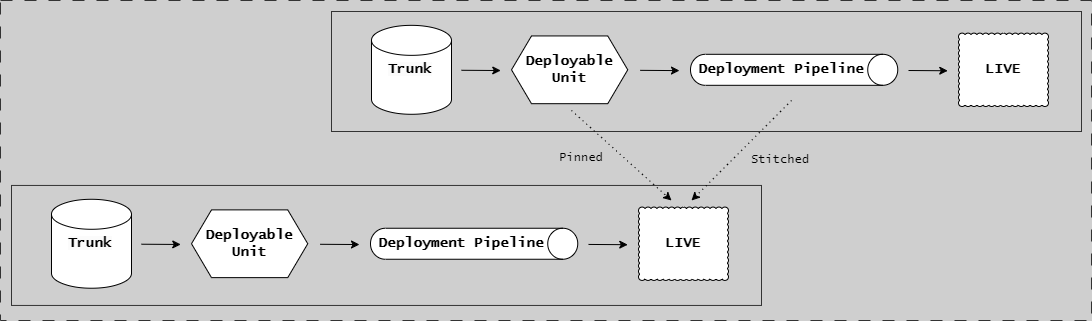
ready-to-release/eac keeps this draw.io diagram as docs/assets/branching/pin-and-stitch.drawio.png. Above is the earlier version. Source tidied: cells renumbered, new cells last; positions are measured from the earlier drawing's top-left corner, leaving out a move shared by most shapes. Source of this version:
```xml
<mxGraphModel background="#CFCFCF">
  <root>
    <mxCell id="0" />
    <mxCell id="1" parent="0" />
    <mxCell id="2" value="Deployable&lt;br style=&quot;font-size: 14px;&quot;&gt;Unit" style="shape=hexagon;perimeter=hexagonPerimeter2;whiteSpace=wrap;html=1;fixedSize=1;fontFamily=Lucida Console;fontStyle=1;fontSize=14;" parent="1" vertex="1">
      <mxGeometry x="511" y="69.4" width="116.2" height="67.8" as="geometry" />
    </mxCell>
    <mxCell id="3" style="shape=cylinder3;whiteSpace=wrap;html=1;boundedLbl=1;backgroundOutline=1;size=15;fontFamily=Lucida Console;fontStyle=1;fontSize=14;" parent="1" vertex="1">
      <mxGeometry x="371" y="58.8" width="80" height="88.9" as="geometry" />
    </mxCell>
    <mxCell id="4" value="LIVE" style="whiteSpace=wrap;html=1;shape=mxgraph.basic.cloud_rect;fontFamily=Lucida Console;fontStyle=1;fontSize=14;" parent="1" vertex="1">
      <mxGeometry x="958" y="66.6" width="90" height="73.4" as="geometry" />
    </mxCell>
    <mxCell id="5" style="endArrow=classic;html=1;rounded=0;fontFamily=Lucida Console;fontStyle=1;fontSize=14;" parent="1" edge="1">
      <mxGeometry relative="1" as="geometry">
        <mxPoint x="908" y="104" as="sourcePoint" />
        <mxPoint x="947.2" y="104.2" as="targetPoint" />
      </mxGeometry>
    </mxCell>
    <mxCell id="6" style="group;strokeColor=#333333;fontFamily=Lucida Console;fontStyle=1;" parent="1" vertex="1">
      <mxGeometry x="331" y="45" width="750" height="120" as="geometry" />
    </mxCell>
    <mxCell id="7" style="endArrow=classic;html=1;rounded=0;fontFamily=Lucida Console;fontStyle=1;fontSize=14;" parent="1" edge="1">
      <mxGeometry relative="1" as="geometry">
        <mxPoint x="639.8" y="103.9" as="sourcePoint" />
        <mxPoint x="679" y="104.1" as="targetPoint" />
      </mxGeometry>
    </mxCell>
    <mxCell id="8" style="endArrow=classic;html=1;rounded=0;fontFamily=Lucida Console;fontStyle=1;fontSize=14;" parent="1" edge="1">
      <mxGeometry relative="1" as="geometry">
        <mxPoint x="461" y="103.8" as="sourcePoint" />
        <mxPoint x="500.2" y="104" as="targetPoint" />
      </mxGeometry>
    </mxCell>
    <mxCell id="9" value="&lt;span style=&quot;color: rgb(0, 0, 0); font-size: 14px; font-style: normal; font-variant-ligatures: normal; font-variant-caps: normal; font-weight: 700; letter-spacing: normal; orphans: 2; text-align: center; text-indent: 0px; text-transform: none; widows: 2; word-spacing: 0px; -webkit-text-stroke-width: 0px; background-color: rgb(251, 251, 251); text-decoration-thickness: initial; text-decoration-style: initial; text-decoration-color: initial; float: none; display: inline !important;&quot;&gt;Trunk&lt;/span&gt;" style="text;whiteSpace=wrap;html=1;fontFamily=Lucida Console;" parent="1" vertex="1">
      <mxGeometry x="386" y="88.3" width="60" height="30" as="geometry" />
    </mxCell>
    <mxCell id="10" value="Deployable&lt;br style=&quot;font-size: 14px;&quot;&gt;Unit" style="shape=hexagon;perimeter=hexagonPerimeter2;whiteSpace=wrap;html=1;fixedSize=1;fontFamily=Lucida Console;fontStyle=1;fontSize=14;" parent="1" vertex="1">
      <mxGeometry x="191" y="243.4" width="116.2" height="67.8" as="geometry" />
    </mxCell>
    <mxCell id="11" style="shape=cylinder3;whiteSpace=wrap;html=1;boundedLbl=1;backgroundOutline=1;size=15;fontFamily=Lucida Console;fontStyle=1;fontSize=14;" parent="1" vertex="1">
      <mxGeometry x="51" y="232.8" width="80" height="88.9" as="geometry" />
    </mxCell>
    <mxCell id="12" value="LIVE" style="whiteSpace=wrap;html=1;shape=mxgraph.basic.cloud_rect;fontFamily=Lucida Console;fontStyle=1;fontSize=14;" parent="1" vertex="1">
      <mxGeometry x="638" y="240.6" width="90" height="73.4" as="geometry" />
    </mxCell>
    <mxCell id="13" style="endArrow=classic;html=1;rounded=0;fontFamily=Lucida Console;fontStyle=1;fontSize=14;" parent="1" edge="1">
      <mxGeometry relative="1" as="geometry">
        <mxPoint x="588" y="277.9" as="sourcePoint" />
        <mxPoint x="627.2" y="278.2" as="targetPoint" />
      </mxGeometry>
    </mxCell>
    <mxCell id="14" style="group;strokeColor=#333333;fontFamily=Lucida Console;fontStyle=1;" parent="1" vertex="1">
      <mxGeometry x="11" y="218.9" width="750" height="120" as="geometry" />
    </mxCell>
    <mxCell id="15" style="endArrow=classic;html=1;rounded=0;fontFamily=Lucida Console;fontStyle=1;fontSize=14;" parent="1" edge="1">
      <mxGeometry relative="1" as="geometry">
        <mxPoint x="319.8" y="277.8" as="sourcePoint" />
        <mxPoint x="359" y="278" as="targetPoint" />
      </mxGeometry>
    </mxCell>
    <mxCell id="16" style="endArrow=classic;html=1;rounded=0;fontFamily=Lucida Console;fontStyle=1;fontSize=14;" parent="1" edge="1">
      <mxGeometry relative="1" as="geometry">
        <mxPoint x="141" y="277.7" as="sourcePoint" />
        <mxPoint x="180.2" y="278" as="targetPoint" />
      </mxGeometry>
    </mxCell>
    <mxCell id="17" value="&lt;span style=&quot;color: rgb(0, 0, 0); font-size: 14px; font-style: normal; font-variant-ligatures: normal; font-variant-caps: normal; font-weight: 700; letter-spacing: normal; orphans: 2; text-align: center; text-indent: 0px; text-transform: none; widows: 2; word-spacing: 0px; -webkit-text-stroke-width: 0px; background-color: rgb(251, 251, 251); text-decoration-thickness: initial; text-decoration-style: initial; text-decoration-color: initial; float: none; display: inline !important;&quot;&gt;Trunk&lt;/span&gt;" style="text;whiteSpace=wrap;html=1;fontFamily=Lucida Console;" parent="1" vertex="1">
      <mxGeometry x="66" y="262.3" width="60" height="30" as="geometry" />
    </mxCell>
    <mxCell id="18" style="endArrow=classic;html=1;rounded=0;dashed=1;dashPattern=1 4;fontFamily=Lucida Console;" parent="1" edge="1">
      <mxGeometry relative="1" as="geometry">
        <mxPoint x="571" y="144" as="sourcePoint" />
        <mxPoint x="671" y="234" as="targetPoint" />
      </mxGeometry>
    </mxCell>
    <mxCell id="19" style="endArrow=classic;html=1;rounded=0;dashed=1;dashPattern=1 4;fontFamily=Lucida Console;" parent="1" edge="1">
      <mxGeometry relative="1" as="geometry">
        <mxPoint x="791" y="134" as="sourcePoint" />
        <mxPoint x="691" y="234" as="targetPoint" />
      </mxGeometry>
    </mxCell>
    <mxCell id="20" value="Pinned" style="text;html=1;strokeColor=none;fillColor=none;align=center;verticalAlign=middle;whiteSpace=wrap;rounded=0;fontFamily=Lucida Console;" parent="1" vertex="1">
      <mxGeometry x="551" y="176.9" width="60" height="30" as="geometry" />
    </mxCell>
    <mxCell id="21" value="Stitched" style="text;html=1;strokeColor=none;fillColor=none;align=center;verticalAlign=middle;whiteSpace=wrap;rounded=0;fontFamily=Lucida Console;" parent="1" vertex="1">
      <mxGeometry x="750" y="179" width="60" height="30" as="geometry" />
    </mxCell>
    <mxCell id="22" style="shape=cylinder3;whiteSpace=wrap;html=1;boundedLbl=1;backgroundOutline=1;size=15;rotation=90;fontFamily=Lucida Console;fontStyle=1;fontSize=14;" parent="1" vertex="1">
      <mxGeometry x="458.1" y="173.6" width="31" height="207.2" as="geometry" />
    </mxCell>
    <mxCell id="23" value="&lt;font style=&quot;font-size: 14px;&quot;&gt;Deployment Pipeline&lt;br style=&quot;font-size: 14px;&quot;&gt;&lt;/font&gt;" style="text;html=1;strokeColor=none;fillColor=none;align=center;verticalAlign=middle;whiteSpace=wrap;rounded=0;fontFamily=Lucida Console;fontStyle=1;fontSize=14;" parent="1" vertex="1">
      <mxGeometry x="371" y="267.3" width="180" height="20" as="geometry" />
    </mxCell>
    <mxCell id="24" style="shape=cylinder3;whiteSpace=wrap;html=1;boundedLbl=1;backgroundOutline=1;size=15;rotation=90;fontFamily=Lucida Console;fontStyle=1;fontSize=14;" parent="1" vertex="1">
      <mxGeometry x="778.1" y="-0.3" width="31" height="207.2" as="geometry" />
    </mxCell>
    <mxCell id="25" value="&lt;font style=&quot;font-size: 14px;&quot;&gt;Deployment Pipeline&lt;br style=&quot;font-size: 14px;&quot;&gt;&lt;/font&gt;" style="text;html=1;strokeColor=none;fillColor=none;align=center;verticalAlign=middle;whiteSpace=wrap;rounded=0;fontFamily=Lucida Console;fontStyle=1;fontSize=14;" parent="1" vertex="1">
      <mxGeometry x="691" y="93.3" width="180" height="20" as="geometry" />
    </mxCell>
    <mxCell id="26" style="group;strokeColor=#333333;dashed=1;dashPattern=12 12;fontFamily=Lucida Console;fontStyle=1;" parent="1" vertex="1">
      <mxGeometry y="34" width="1091" height="320" as="geometry" />
    </mxCell>
  </root>
</mxGraphModel>
```
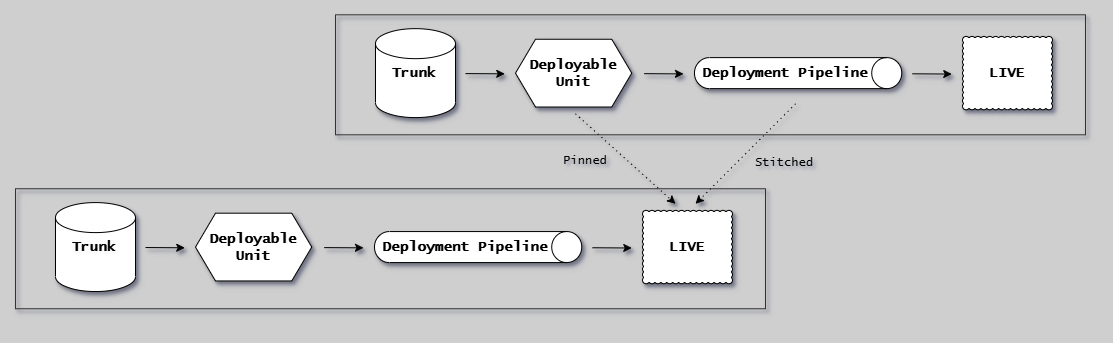
After the commit.

Diff of the diagram source:
```diff
@@ -1,104 +1,104 @@
-<mxGraphModel background="#CFCFCF">
+<mxGraphModel background="#CFCFCF" shadow="1">
   <root>
     <mxCell id="0" />
     <mxCell id="1" parent="0" />
-    <mxCell id="2" value="Deployable&lt;br style=&quot;font-size: 14px;&quot;&gt;Unit" style="shape=hexagon;perimeter=hexagonPerimeter2;whiteSpace=wrap;html=1;fixedSize=1;fontFamily=Lucida Console;fontStyle=1;fontSize=14;" parent="1" vertex="1">
+    <mxCell id="2" value="Deployable&lt;br style=&quot;font-size: 14px;&quot;&gt;Unit" style="shape=hexagon;perimeter=hexagonPerimeter2;whiteSpace=wrap;html=1;fixedSize=1;fontFamily=Lucida Console;fontStyle=1;fontSize=14;shadow=1;" parent="1" vertex="1">
       <mxGeometry x="511" y="69.4" width="116.2" height="67.8" as="geometry" />
     </mxCell>
-    <mxCell id="3" style="shape=cylinder3;whiteSpace=wrap;html=1;boundedLbl=1;backgroundOutline=1;size=15;fontFamily=Lucida Console;fontStyle=1;fontSize=14;" parent="1" vertex="1">
-      <mxGeometry x="371" y="58.8" width="80" height="88.9" as="geometry" />
+    <mxCell id="3" style="shape=cylinder3;whiteSpace=wrap;html=1;boundedLbl=1;backgroundOutline=1;size=15;fontFamily=Lucida Console;fontStyle=1;fontSize=14;shadow=1;" parent="1" vertex="1">
+      <mxGeometry x="371" y="58.9" width="80" height="88.9" as="geometry" />
     </mxCell>
-    <mxCell id="4" value="LIVE" style="whiteSpace=wrap;html=1;shape=mxgraph.basic.cloud_rect;fontFamily=Lucida Console;fontStyle=1;fontSize=14;" parent="1" vertex="1">
+    <mxCell id="4" value="LIVE" style="whiteSpace=wrap;html=1;shape=mxgraph.basic.cloud_rect;fontFamily=Lucida Console;fontStyle=1;fontSize=14;shadow=1;" parent="1" vertex="1">
       <mxGeometry x="958" y="66.6" width="90" height="73.4" as="geometry" />
     </mxCell>
-    <mxCell id="5" style="endArrow=classic;html=1;rounded=0;fontFamily=Lucida Console;fontStyle=1;fontSize=14;" parent="1" edge="1">
+    <mxCell id="5" style="endArrow=classic;html=1;rounded=0;fontFamily=Lucida Console;fontStyle=1;fontSize=14;shadow=1;" parent="1" edge="1">
       <mxGeometry relative="1" as="geometry">
         <mxPoint x="908" y="104" as="sourcePoint" />
-        <mxPoint x="947.2" y="104.2" as="targetPoint" />
+        <mxPoint x="947.2" y="104.3" as="targetPoint" />
       </mxGeometry>
     </mxCell>
-    <mxCell id="6" style="group;strokeColor=#333333;fontFamily=Lucida Console;fontStyle=1;" parent="1" vertex="1">
+    <mxCell id="6" style="group;strokeColor=#333333;fontFamily=Lucida Console;fontStyle=1;shadow=1;" parent="1" vertex="1">
       <mxGeometry x="331" y="45" width="750" height="120" as="geometry" />
     </mxCell>
-    <mxCell id="7" style="endArrow=classic;html=1;rounded=0;fontFamily=Lucida Console;fontStyle=1;fontSize=14;" parent="1" edge="1">
+    <mxCell id="7" style="endArrow=classic;html=1;rounded=0;fontFamily=Lucida Console;fontStyle=1;fontSize=14;shadow=1;" parent="1" edge="1">
       <mxGeometry relative="1" as="geometry">
         <mxPoint x="639.8" y="103.9" as="sourcePoint" />
         <mxPoint x="679" y="104.1" as="targetPoint" />
       </mxGeometry>
     </mxCell>
-    <mxCell id="8" style="endArrow=classic;html=1;rounded=0;fontFamily=Lucida Console;fontStyle=1;fontSize=14;" parent="1" edge="1">
+    <mxCell id="8" style="endArrow=classic;html=1;rounded=0;fontFamily=Lucida Console;fontStyle=1;fontSize=14;shadow=1;" parent="1" edge="1">
       <mxGeometry relative="1" as="geometry">
         <mxPoint x="461" y="103.8" as="sourcePoint" />
         <mxPoint x="500.2" y="104" as="targetPoint" />
       </mxGeometry>
     </mxCell>
-    <mxCell id="9" value="&lt;span style=&quot;color: rgb(0, 0, 0); font-size: 14px; font-style: normal; font-variant-ligatures: normal; font-variant-caps: normal; font-weight: 700; letter-spacing: normal; orphans: 2; text-align: center; text-indent: 0px; text-transform: none; widows: 2; word-spacing: 0px; -webkit-text-stroke-width: 0px; background-color: rgb(251, 251, 251); text-decoration-thickness: initial; text-decoration-style: initial; text-decoration-color: initial; float: none; display: inline !important;&quot;&gt;Trunk&lt;/span&gt;" style="text;whiteSpace=wrap;html=1;fontFamily=Lucida Console;" parent="1" vertex="1">
+    <mxCell id="9" value="&lt;span style=&quot;color: rgb(0, 0, 0); font-size: 14px; font-style: normal; font-variant-ligatures: normal; font-variant-caps: normal; font-weight: 700; letter-spacing: normal; orphans: 2; text-align: center; text-indent: 0px; text-transform: none; widows: 2; word-spacing: 0px; -webkit-text-stroke-width: 0px; background-color: rgb(251, 251, 251); text-decoration-thickness: initial; text-decoration-style: initial; text-decoration-color: initial; float: none; display: inline !important;&quot;&gt;Trunk&lt;/span&gt;" style="text;whiteSpace=wrap;html=1;fontFamily=Lucida Console;shadow=1;" parent="1" vertex="1">
       <mxGeometry x="386" y="88.3" width="60" height="30" as="geometry" />
     </mxCell>
-    <mxCell id="10" value="Deployable&lt;br style=&quot;font-size: 14px;&quot;&gt;Unit" style="shape=hexagon;perimeter=hexagonPerimeter2;whiteSpace=wrap;html=1;fixedSize=1;fontFamily=Lucida Console;fontStyle=1;fontSize=14;" parent="1" vertex="1">
+    <mxCell id="10" value="Deployable&lt;br style=&quot;font-size: 14px;&quot;&gt;Unit" style="shape=hexagon;perimeter=hexagonPerimeter2;whiteSpace=wrap;html=1;fixedSize=1;fontFamily=Lucida Console;fontStyle=1;fontSize=14;shadow=1;" parent="1" vertex="1">
       <mxGeometry x="191" y="243.4" width="116.2" height="67.8" as="geometry" />
     </mxCell>
-    <mxCell id="11" style="shape=cylinder3;whiteSpace=wrap;html=1;boundedLbl=1;backgroundOutline=1;size=15;fontFamily=Lucida Console;fontStyle=1;fontSize=14;" parent="1" vertex="1">
+    <mxCell id="11" style="shape=cylinder3;whiteSpace=wrap;html=1;boundedLbl=1;backgroundOutline=1;size=15;fontFamily=Lucida Console;fontStyle=1;fontSize=14;shadow=1;" parent="1" vertex="1">
       <mxGeometry x="51" y="232.8" width="80" height="88.9" as="geometry" />
     </mxCell>
-    <mxCell id="12" value="LIVE" style="whiteSpace=wrap;html=1;shape=mxgraph.basic.cloud_rect;fontFamily=Lucida Console;fontStyle=1;fontSize=14;" parent="1" vertex="1">
+    <mxCell id="12" value="LIVE" style="whiteSpace=wrap;html=1;shape=mxgraph.basic.cloud_rect;fontFamily=Lucida Console;fontStyle=1;fontSize=14;shadow=1;" parent="1" vertex="1">
       <mxGeometry x="638" y="240.6" width="90" height="73.4" as="geometry" />
     </mxCell>
-    <mxCell id="13" style="endArrow=classic;html=1;rounded=0;fontFamily=Lucida Console;fontStyle=1;fontSize=14;" parent="1" edge="1">
+    <mxCell id="13" style="endArrow=classic;html=1;rounded=0;fontFamily=Lucida Console;fontStyle=1;fontSize=14;shadow=1;" parent="1" edge="1">
       <mxGeometry relative="1" as="geometry">
-        <mxPoint x="588" y="277.9" as="sourcePoint" />
+        <mxPoint x="588" y="278" as="sourcePoint" />
         <mxPoint x="627.2" y="278.2" as="targetPoint" />
       </mxGeometry>
     </mxCell>
-    <mxCell id="14" style="group;strokeColor=#333333;fontFamily=Lucida Console;fontStyle=1;" parent="1" vertex="1">
-      <mxGeometry x="11" y="218.9" width="750" height="120" as="geometry" />
+    <mxCell id="14" style="group;strokeColor=#333333;fontFamily=Lucida Console;fontStyle=1;shadow=1;" parent="1" vertex="1">
+      <mxGeometry x="11" y="219" width="750" height="120" as="geometry" />
     </mxCell>
-    <mxCell id="15" style="endArrow=classic;html=1;rounded=0;fontFamily=Lucida Console;fontStyle=1;fontSize=14;" parent="1" edge="1">
+    <mxCell id="15" style="endArrow=classic;html=1;rounded=0;fontFamily=Lucida Console;fontStyle=1;fontSize=14;shadow=1;" parent="1" edge="1">
       <mxGeometry relative="1" as="geometry">
         <mxPoint x="319.8" y="277.8" as="sourcePoint" />
-        <mxPoint x="359" y="278" as="targetPoint" />
+        <mxPoint x="359" y="278.1" as="targetPoint" />
       </mxGeometry>
     </mxCell>
-    <mxCell id="16" style="endArrow=classic;html=1;rounded=0;fontFamily=Lucida Console;fontStyle=1;fontSize=14;" parent="1" edge="1">
+    <mxCell id="16" style="endArrow=classic;html=1;rounded=0;fontFamily=Lucida Console;fontStyle=1;fontSize=14;shadow=1;" parent="1" edge="1">
       <mxGeometry relative="1" as="geometry">
         <mxPoint x="141" y="277.7" as="sourcePoint" />
         <mxPoint x="180.2" y="278" as="targetPoint" />
       </mxGeometry>
     </mxCell>
-    <mxCell id="17" value="&lt;span style=&quot;color: rgb(0, 0, 0); font-size: 14px; font-style: normal; font-variant-ligatures: normal; font-variant-caps: normal; font-weight: 700; letter-spacing: normal; orphans: 2; text-align: center; text-indent: 0px; text-transform: none; widows: 2; word-spacing: 0px; -webkit-text-stroke-width: 0px; background-color: rgb(251, 251, 251); text-decoration-thickness: initial; text-decoration-style: initial; text-decoration-color: initial; float: none; display: inline !important;&quot;&gt;Trunk&lt;/span&gt;" style="text;whiteSpace=wrap;html=1;fontFamily=Lucida Console;" parent="1" vertex="1">
+    <mxCell id="17" value="&lt;span style=&quot;color: rgb(0, 0, 0); font-size: 14px; font-style: normal; font-variant-ligatures: normal; font-variant-caps: normal; font-weight: 700; letter-spacing: normal; orphans: 2; text-align: center; text-indent: 0px; text-transform: none; widows: 2; word-spacing: 0px; -webkit-text-stroke-width: 0px; background-color: rgb(251, 251, 251); text-decoration-thickness: initial; text-decoration-style: initial; text-decoration-color: initial; float: none; display: inline !important;&quot;&gt;Trunk&lt;/span&gt;" style="text;whiteSpace=wrap;html=1;fontFamily=Lucida Console;shadow=1;" parent="1" vertex="1">
       <mxGeometry x="66" y="262.3" width="60" height="30" as="geometry" />
     </mxCell>
-    <mxCell id="18" style="endArrow=classic;html=1;rounded=0;dashed=1;dashPattern=1 4;fontFamily=Lucida Console;" parent="1" edge="1">
+    <mxCell id="18" style="endArrow=classic;html=1;rounded=0;dashed=1;dashPattern=1 4;fontFamily=Lucida Console;shadow=1;" parent="1" edge="1">
       <mxGeometry relative="1" as="geometry">
         <mxPoint x="571" y="144" as="sourcePoint" />
         <mxPoint x="671" y="234" as="targetPoint" />
       </mxGeometry>
     </mxCell>
-    <mxCell id="19" style="endArrow=classic;html=1;rounded=0;dashed=1;dashPattern=1 4;fontFamily=Lucida Console;" parent="1" edge="1">
+    <mxCell id="19" style="endArrow=classic;html=1;rounded=0;dashed=1;dashPattern=1 4;fontFamily=Lucida Console;shadow=1;" parent="1" edge="1">
       <mxGeometry relative="1" as="geometry">
         <mxPoint x="791" y="134" as="sourcePoint" />
         <mxPoint x="691" y="234" as="targetPoint" />
       </mxGeometry>
     </mxCell>
-    <mxCell id="20" value="Pinned" style="text;html=1;strokeColor=none;fillColor=none;align=center;verticalAlign=middle;whiteSpace=wrap;rounded=0;fontFamily=Lucida Console;" parent="1" vertex="1">
-      <mxGeometry x="551" y="176.9" width="60" height="30" as="geometry" />
+    <mxCell id="20" value="Pinned" style="text;html=1;strokeColor=none;fillColor=none;align=center;verticalAlign=middle;whiteSpace=wrap;rounded=0;fontFamily=Lucida Console;shadow=1;" parent="1" vertex="1">
+      <mxGeometry x="551" y="177" width="60" height="30" as="geometry" />
     </mxCell>
-    <mxCell id="21" value="Stitched" style="text;html=1;strokeColor=none;fillColor=none;align=center;verticalAlign=middle;whiteSpace=wrap;rounded=0;fontFamily=Lucida Console;" parent="1" vertex="1">
+    <mxCell id="21" value="Stitched" style="text;html=1;strokeColor=none;fillColor=none;align=center;verticalAlign=middle;whiteSpace=wrap;rounded=0;fontFamily=Lucida Console;shadow=1;" parent="1" vertex="1">
       <mxGeometry x="750" y="179" width="60" height="30" as="geometry" />
     </mxCell>
-    <mxCell id="22" style="shape=cylinder3;whiteSpace=wrap;html=1;boundedLbl=1;backgroundOutline=1;size=15;rotation=90;fontFamily=Lucida Console;fontStyle=1;fontSize=14;" parent="1" vertex="1">
+    <mxCell id="22" style="shape=cylinder3;whiteSpace=wrap;html=1;boundedLbl=1;backgroundOutline=1;size=15;rotation=90;fontFamily=Lucida Console;fontStyle=1;fontSize=14;shadow=1;" parent="1" vertex="1">
       <mxGeometry x="458.1" y="173.6" width="31" height="207.2" as="geometry" />
     </mxCell>
-    <mxCell id="23" value="&lt;font style=&quot;font-size: 14px;&quot;&gt;Deployment Pipeline&lt;br style=&quot;font-size: 14px;&quot;&gt;&lt;/font&gt;" style="text;html=1;strokeColor=none;fillColor=none;align=center;verticalAlign=middle;whiteSpace=wrap;rounded=0;fontFamily=Lucida Console;fontStyle=1;fontSize=14;" parent="1" vertex="1">
+    <mxCell id="23" value="&lt;font style=&quot;font-size: 14px;&quot;&gt;Deployment Pipeline&lt;br style=&quot;font-size: 14px;&quot;&gt;&lt;/font&gt;" style="text;html=1;strokeColor=none;fillColor=none;align=center;verticalAlign=middle;whiteSpace=wrap;rounded=0;fontFamily=Lucida Console;fontStyle=1;fontSize=14;shadow=1;" parent="1" vertex="1">
       <mxGeometry x="371" y="267.3" width="180" height="20" as="geometry" />
     </mxCell>
-    <mxCell id="24" style="shape=cylinder3;whiteSpace=wrap;html=1;boundedLbl=1;backgroundOutline=1;size=15;rotation=90;fontFamily=Lucida Console;fontStyle=1;fontSize=14;" parent="1" vertex="1">
+    <mxCell id="24" style="shape=cylinder3;whiteSpace=wrap;html=1;boundedLbl=1;backgroundOutline=1;size=15;rotation=90;fontFamily=Lucida Console;fontStyle=1;fontSize=14;shadow=1;" parent="1" vertex="1">
       <mxGeometry x="778.1" y="-0.3" width="31" height="207.2" as="geometry" />
     </mxCell>
-    <mxCell id="25" value="&lt;font style=&quot;font-size: 14px;&quot;&gt;Deployment Pipeline&lt;br style=&quot;font-size: 14px;&quot;&gt;&lt;/font&gt;" style="text;html=1;strokeColor=none;fillColor=none;align=center;verticalAlign=middle;whiteSpace=wrap;rounded=0;fontFamily=Lucida Console;fontStyle=1;fontSize=14;" parent="1" vertex="1">
+    <mxCell id="25" value="&lt;font style=&quot;font-size: 14px;&quot;&gt;Deployment Pipeline&lt;br style=&quot;font-size: 14px;&quot;&gt;&lt;/font&gt;" style="text;html=1;strokeColor=none;fillColor=none;align=center;verticalAlign=middle;whiteSpace=wrap;rounded=0;fontFamily=Lucida Console;fontStyle=1;fontSize=14;shadow=1;" parent="1" vertex="1">
       <mxGeometry x="691" y="93.3" width="180" height="20" as="geometry" />
     </mxCell>
-    <mxCell id="26" style="group;strokeColor=#333333;dashed=1;dashPattern=12 12;fontFamily=Lucida Console;fontStyle=1;" parent="1" vertex="1">
+    <mxCell id="26" style="group;strokeColor=none;dashed=1;dashPattern=12 12;fontFamily=Lucida Console;fontStyle=1;shadow=1;" parent="1" vertex="1">
       <mxGeometry y="34" width="1091" height="320" as="geometry" />
     </mxCell>
   </root>
```
